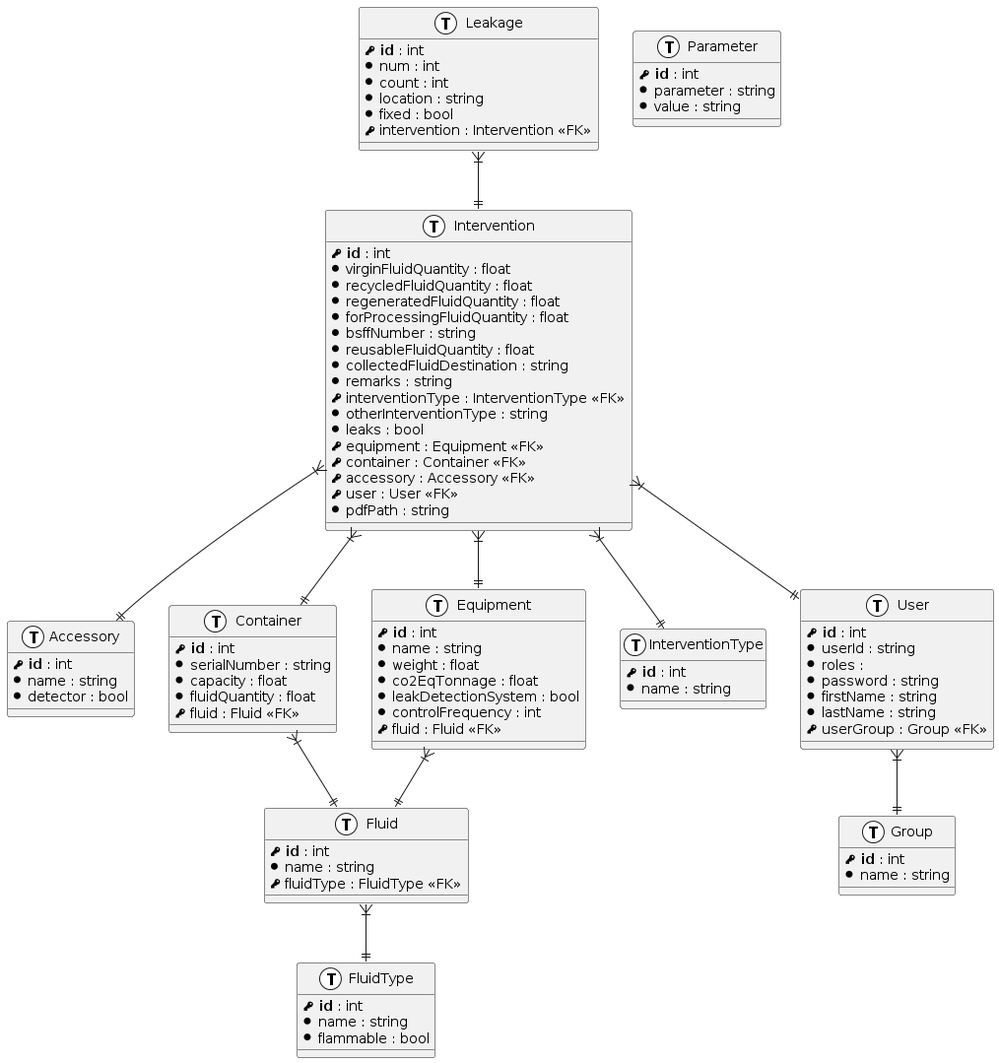
teegre/symplant keeps this PlantUML diagram as example.png. Above is the earlier version.
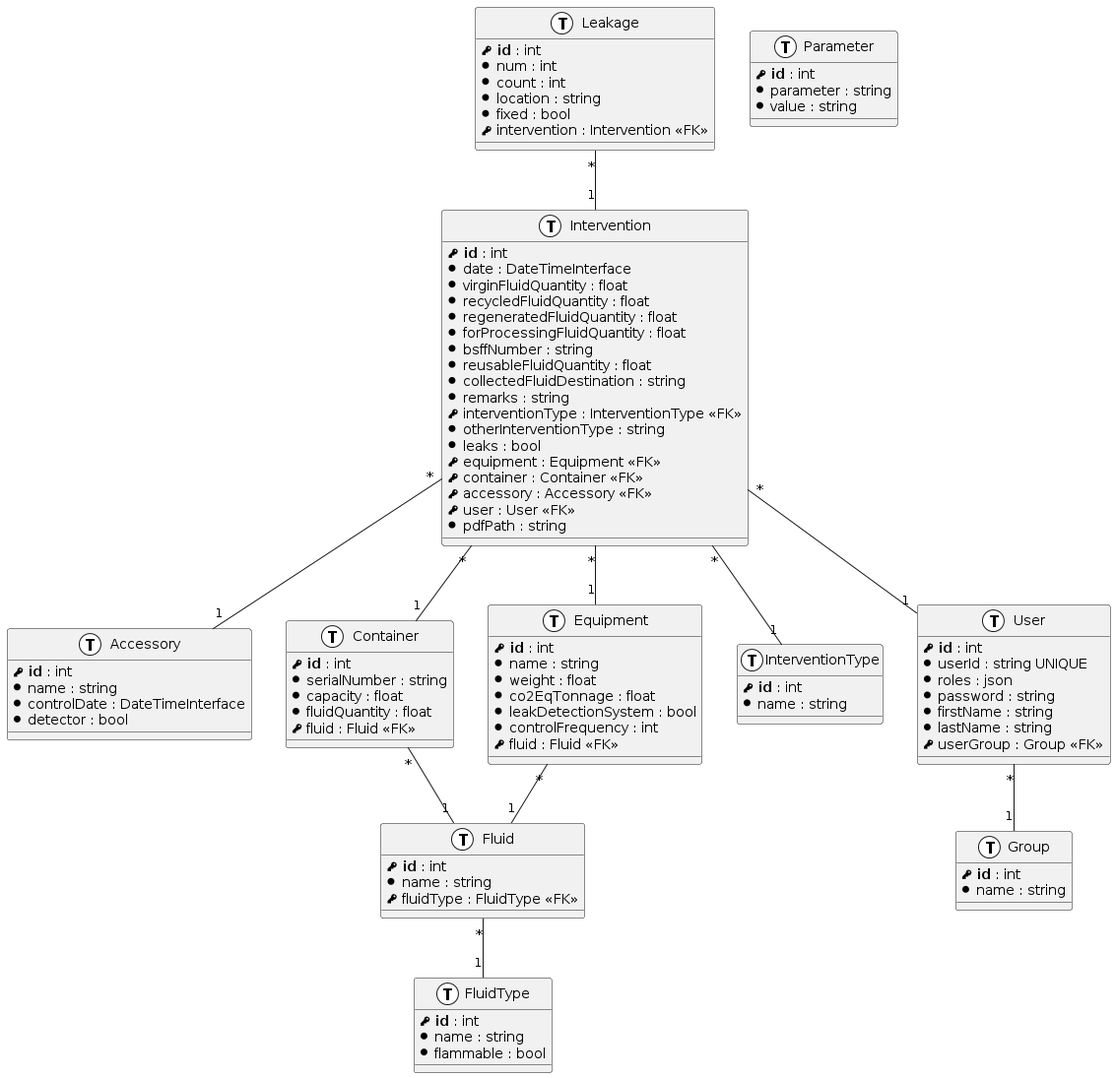
The same file after the commit.

Change to the diagram source:
```diff
@@ -1,4 +1,5 @@
 @startuml
+
 !define table(x) entity x << (T, white) >>
 !define primary_key(x) <b><&key> x</b>
 !define column(x) <&media-record> x
@@ -7,6 +8,7 @@
 table( Accessory ) {
   primary_key( id ) : int
   column( name ) : string
+  column( controlDate ) : DateTimeInterface
   column( detector ) : bool
 }
 
@@ -47,6 +49,7 @@
 
 table( Intervention ) {
   primary_key( id ) : int
+  column( date ) : DateTimeInterface
   column( virginFluidQuantity ) : float
   column( recycledFluidQuantity ) : float
   column( regeneratedFluidQuantity ) : float
@@ -87,21 +90,23 @@
 
 table( User ) {
   primary_key( id ) : int
-  column( userId ) : string
-  column( roles ) :
+  column( userId ) : string UNIQUE
+  column( roles ) : json
   column( password ) : string
   column( firstName ) : string
   column( lastName ) : string
   foreign_key( userGroup ) : Group <<FK>>
 }
-Container }|--|| Fluid
-Equipment }|--|| Fluid
-Fluid }|--|| FluidType
-Intervention }|--|| InterventionType
-Intervention }|--|| Equipment
-Intervention }|--|| Container
-Intervention }|--|| Accessory
-Intervention }|--|| User
-Leakage }|--|| Intervention
-User }|--|| Group
+
+Container "*" -- "1" Fluid
+Equipment "*" -- "1" Fluid
+Fluid "*" -- "1" FluidType
+Intervention "*" -- "1" InterventionType
+Intervention "*" -- "1" Equipment
+Intervention "*" -- "1" Container
+Intervention "*" -- "1" Accessory
+Intervention "*" -- "1" User
+Leakage "*" -- "1" Intervention
+User "*" -- "1" Group
+
 @enduml
```
